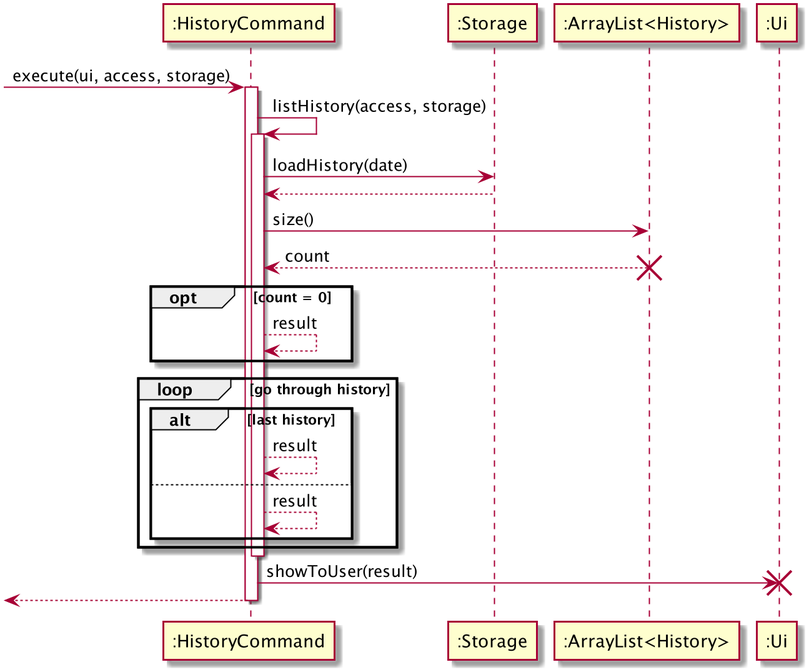
The PlantUML diagram docs/UML/listhistory_seq_diagram.png in nus-cs2113-AY2021S1/tp, before a commit.
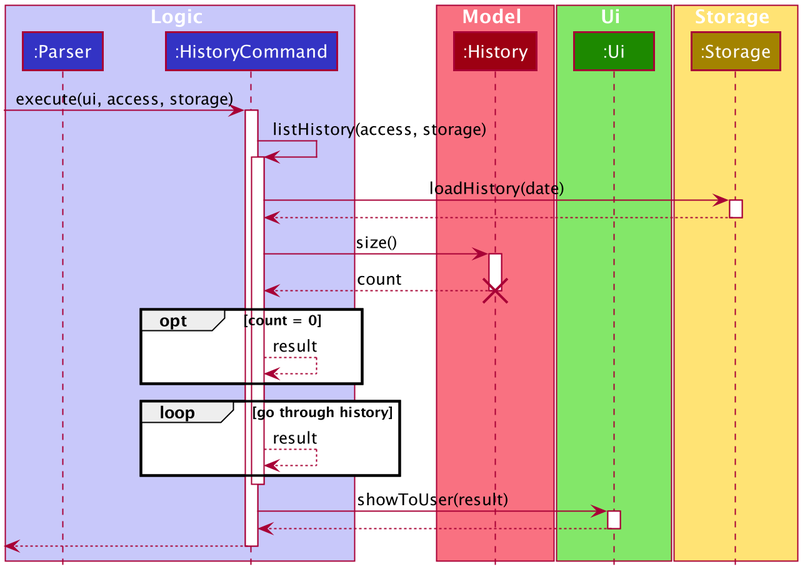
The same file after the commit.

Change to the diagram source:
```diff
@@ -1,26 +1,105 @@
 @startuml
--> ":HistoryCommand" : execute(ui, access, storage)
-activate ":HistoryCommand"
-":HistoryCommand" -> ":HistoryCommand" : listHistory(access, storage)
-activate ":HistoryCommand"
-":HistoryCommand" -> ":Storage" : loadHistory(date)
-":HistoryCommand" <-- ":Storage"
-":HistoryCommand" -> ":ArrayList<History>" : size()
-":HistoryCommand" <-- ":ArrayList<History>" : count
-destroy ":ArrayList<History>"
+
+
+
+
+
+
+
+
+skinparam BackgroundColor #FFFFFFF
+
+skinparam Shadowing false
+
+skinparam Class {
+    FontColor #FFFFFF
+    BorderThickness 1
+    BorderColor #FFFFFF
+    StereotypeFontColor #FFFFFF
+    FontName Arial
+}
+
+skinparam Actor {
+    BorderColor #000000
+    Color #000000
+    FontName Arial
+}
+
+skinparam Sequence {
+    MessageAlign center
+    BoxFontSize 15
+    BoxPadding 0
+    BoxFontColor #FFFFFF
+    FontName Arial
+}
+
+skinparam Participant {
+    FontColor #FFFFFFF
+    Padding 20
+}
+
+skinparam MinClassWidth 50
+skinparam ParticipantPadding 10
+skinparam Shadowing false
+skinparam DefaultTextAlignment center
+skinparam packageStyle Rectangle
+
+hide footbox
+hide members
+hide circle
+
+box Logic #C8C8FA
+participant ":Parser" as Parser #3333C4
+participant ":HistoryCommand" as HistoryCommand #3333C4
+end box
+
+box Model #F97181
+participant ":History" as History #9D0012
+end box
+
+box Ui #83E769
+participant ":Ui" as Ui #1D8900
+end box
+
+box Storage #FFE374
+participant ":Storage" as Storage #A38300
+end box
+
+[-> HistoryCommand : execute(ui, access, storage)
+activate HistoryCommand
+
+HistoryCommand -> HistoryCommand : listHistory(access, storage)
+activate HistoryCommand
+
+HistoryCommand -> Storage : loadHistory(date)
+activate Storage
+
+HistoryCommand <-- Storage
+deactivate Storage
+
+HistoryCommand -> History : size()
+activate History
+
+HistoryCommand <-- History : count
+deactivate History
+
+destroy History
+
 opt count = 0
-":HistoryCommand" --> ":HistoryCommand" : result
+HistoryCommand --> HistoryCommand : result
 end
+
 loop go through history
-    alt last history
-    ":HistoryCommand" --> ":HistoryCommand" : result
-    else
-    ":HistoryCommand" --> ":HistoryCommand" : result
-    end
+HistoryCommand --> HistoryCommand : result
 end
-deactivate ":HistoryCommand"
-":HistoryCommand" -> ":Ui" : showToUser(result)
-destroy ":Ui"
-<-- ":HistoryCommand"
-deactivate ":HistoryCommand"
+deactivate HistoryCommand
+
+HistoryCommand -> Ui : showToUser(result)
+activate Ui
+
+Ui --> HistoryCommand
+deactivate Ui
+
+[<-- HistoryCommand
+deactivate HistoryCommand
 @enduml
```
